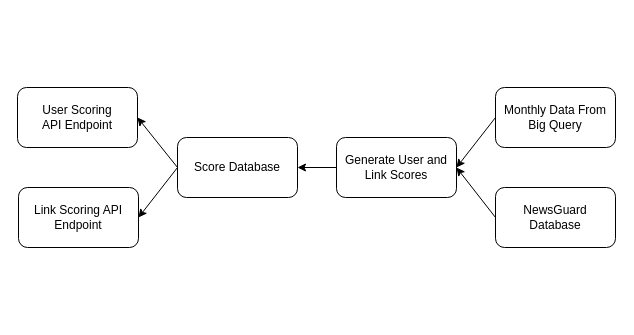
Before: design_diagrams/High Level Diagram.drawio in chuckgreenman/senior-design, a draw.io diagram. Source tidied: cells renumbered, new cells numbered last; positions are measured from the earlier drawing's top-left corner, leaving out a move shared by most shapes. Both pictures are drawn from the tidied source at 100%, with x=0, y=0 at pixel (17, 87).
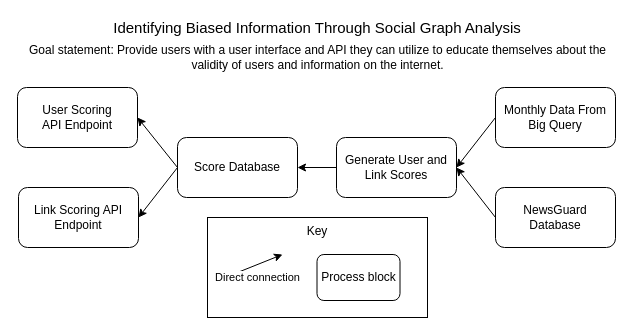
The same diagram, later.

Diff of the diagram source:
```diff
@@
 <mxGraphModel>
   <root>
     <mxCell id="0" />
     <mxCell id="1" parent="0" />
     <mxCell id="2" value="Monthly Data From Big Query" style="rounded=1;whiteSpace=wrap;html=1;" parent="1" vertex="1">
       <mxGeometry x="478" width="120" height="60" as="geometry" />
     </mxCell>
     <mxCell id="3" value="User Scoring&lt;br&gt;&lt;div&gt;API Endpoint&lt;/div&gt;" style="rounded=1;whiteSpace=wrap;html=1;" parent="1" vertex="1">
       <mxGeometry width="120" height="60" as="geometry" />
     </mxCell>
     <mxCell id="4" value="Link Scoring API Endpoint" style="rounded=1;whiteSpace=wrap;html=1;" parent="1" vertex="1">
       <mxGeometry x="1" y="100" width="120" height="60" as="geometry" />
     </mxCell>
     <mxCell id="5" value="Generate User and Link Scores" style="rounded=1;whiteSpace=wrap;html=1;" parent="1" vertex="1">
       <mxGeometry x="319" y="50" width="120" height="60" as="geometry" />
     </mxCell>
     <mxCell id="6" value="NewsGuard Database" style="rounded=1;whiteSpace=wrap;html=1;" parent="1" vertex="1">
       <mxGeometry x="478" y="100" width="120" height="60" as="geometry" />
     </mxCell>
     <mxCell id="7" style="endArrow=classic;html=1;exitX=0;exitY=0.5;exitDx=0;exitDy=0;entryX=1;entryY=0.5;entryDx=0;entryDy=0;" parent="1" edge="1" source="6" target="5">
       <mxGeometry relative="1" as="geometry" />
     </mxCell>
     <mxCell id="8" style="endArrow=classic;html=1;exitX=0;exitY=0.5;exitDx=0;exitDy=0;entryX=1;entryY=0.5;entryDx=0;entryDy=0;" parent="1" edge="1" source="2" target="5">
       <mxGeometry relative="1" as="geometry" />
     </mxCell>
     <mxCell id="9" value="Score Database" style="rounded=1;whiteSpace=wrap;html=1;" parent="1" vertex="1">
       <mxGeometry x="160" y="50" width="120" height="60" as="geometry" />
     </mxCell>
     <mxCell id="10" style="endArrow=classic;html=1;entryX=1;entryY=0.5;entryDx=0;entryDy=0;exitX=0;exitY=0.5;exitDx=0;exitDy=0;" parent="1" edge="1" source="5" target="9">
       <mxGeometry relative="1" as="geometry" />
     </mxCell>
     <mxCell id="11" style="endArrow=classic;html=1;entryX=1;entryY=0.5;entryDx=0;entryDy=0;exitX=0;exitY=0.5;exitDx=0;exitDy=0;" parent="1" edge="1" source="9" target="3">
       <mxGeometry relative="1" as="geometry" />
     </mxCell>
     <mxCell id="12" style="endArrow=classic;html=1;entryX=1;entryY=0.5;entryDx=0;entryDy=0;exitX=0;exitY=0.5;exitDx=0;exitDy=0;" parent="1" edge="1" source="9" target="4">
       <mxGeometry relative="1" as="geometry" />
     </mxCell>
+    <mxCell id="13" value="Key&lt;br&gt;&lt;br&gt;" style="rounded=0;whiteSpace=wrap;html=1;verticalAlign=top;" parent="1" vertex="1">
+      <mxGeometry x="190" y="130" width="220" height="100" as="geometry" />
+    </mxCell>
+    <mxCell id="14" value="Process block" style="rounded=1;whiteSpace=wrap;html=1;" parent="1" vertex="1">
+      <mxGeometry x="299.5" y="167" width="83" height="46" as="geometry" />
+    </mxCell>
+    <mxCell id="15" value="Direct connection" style="endArrow=classic;html=1;verticalAlign=top;" parent="1" edge="1">
+      <mxGeometry relative="1" as="geometry">
+        <mxPoint x="215" y="187" as="sourcePoint" />
+        <mxPoint x="265" y="167" as="targetPoint" />
+      </mxGeometry>
+    </mxCell>
+    <mxCell id="16" value="Identifying Biased Information Through Social Graph Analysis" style="text;html=1;strokeColor=none;fillColor=none;align=center;verticalAlign=middle;whiteSpace=wrap;rounded=0;fontSize=15;" parent="1" vertex="1">
+      <mxGeometry x="79.5" y="-70" width="440" height="20" as="geometry" />
+    </mxCell>
+    <mxCell id="17" value="Goal statement: Provide users with a user interface and API they can utilize to educate themselves about the validity of users and information on the internet." style="text;html=1;strokeColor=none;fillColor=none;align=center;verticalAlign=middle;whiteSpace=wrap;rounded=0;fontSize=12;" parent="1" vertex="1">
+      <mxGeometry x="0.5" y="-40" width="599" height="20" as="geometry" />
+    </mxCell>
   </root>
 </mxGraphModel>
```
